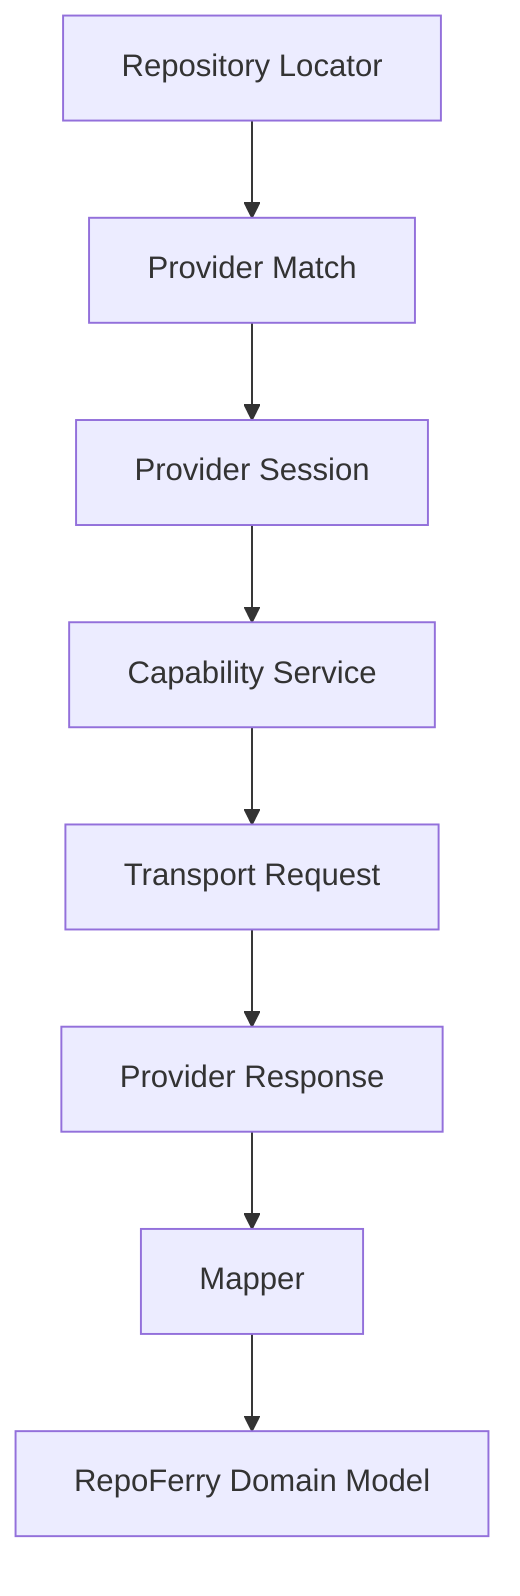
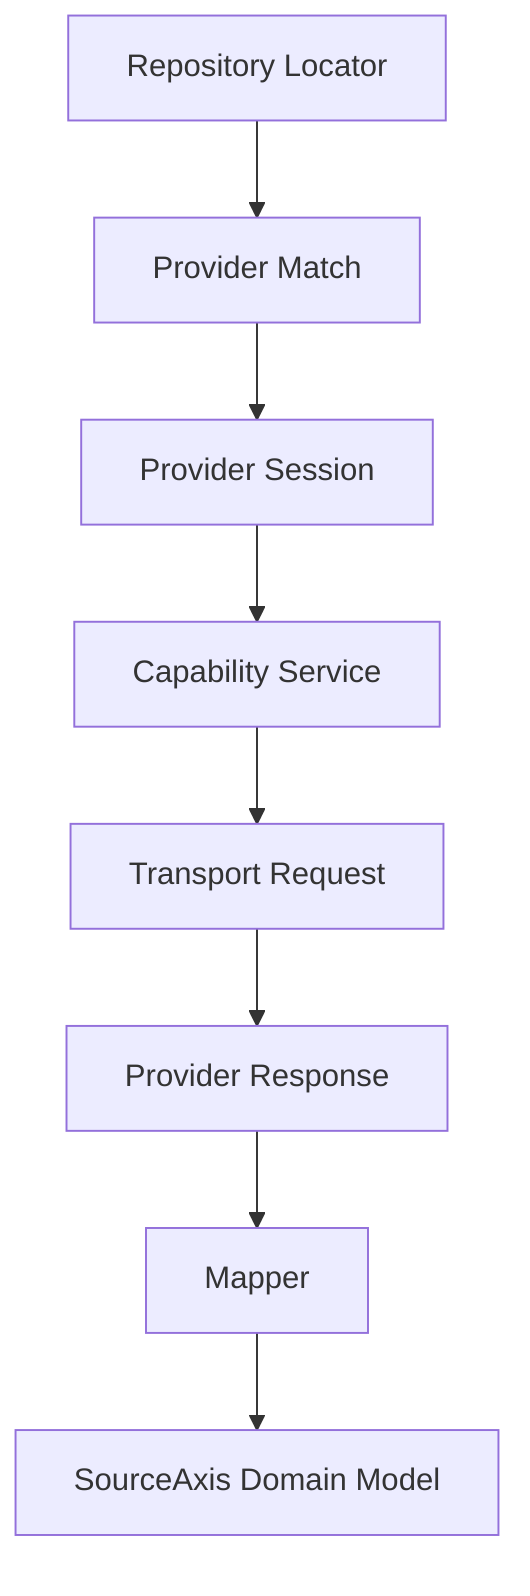
flowchart TD
  Locator["Repository Locator"]
  Match["Provider Match"]
  Session["Provider Session"]
  Capability["Capability Service"]
  Transport["Transport Request"]
  Response["Provider Response"]
  Mapper["Mapper"]
-   Domain["RepoFerry Domain Model"]
+   Domain["SourceAxis Domain Model"]

  Locator --> Match
  Match --> Session
  Session --> Capability
  Capability --> Transport
  Transport --> Response
  Response --> Mapper
  Mapper --> Domain
